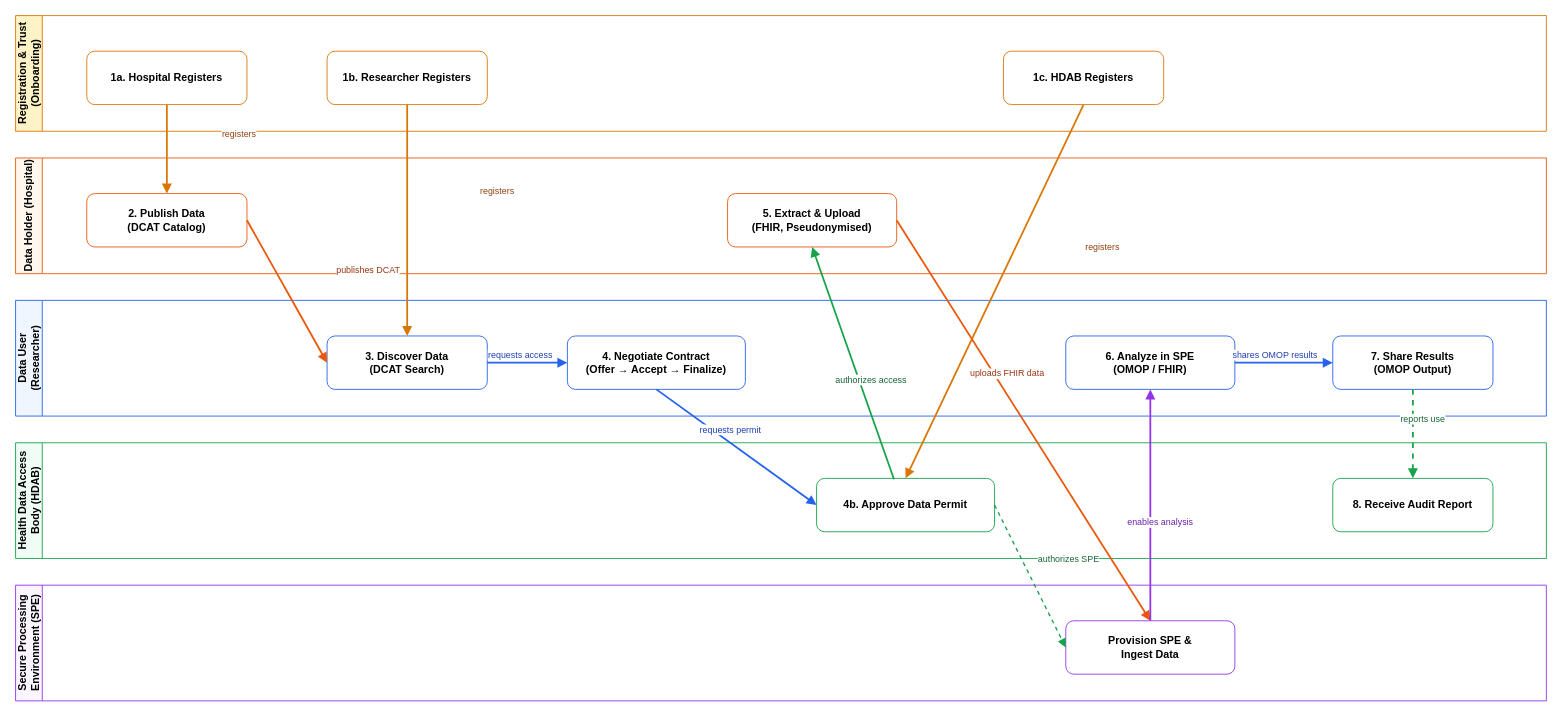
The draw.io diagram docs/userjourney.drawio in ma3u/MinimumViableHealthDataspacev2, before the edit. Source tidied: cells renumbered, new cells numbered last; positions are measured from the earlier drawing's top-left corner, leaving out a move shared by most shapes. Both pictures are drawn from the tidied source at 89%, with x=0, y=0 at pixel (15, 15).
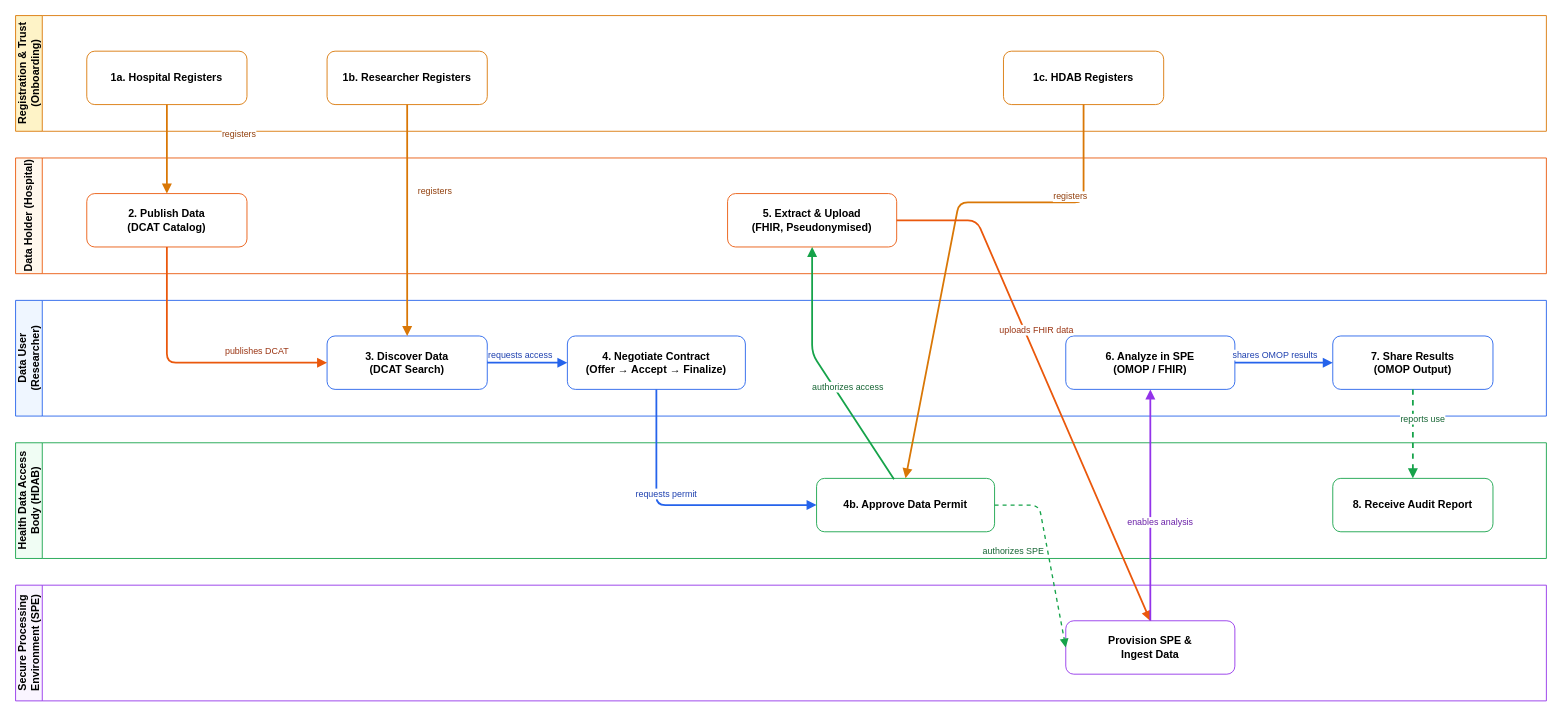
After the change.

The change refers to these unchanged cells:
```xml
<mxCell id="5" value="1c. HDAB Registers" style="rounded=1;whiteSpace=wrap;html=1;fillColor=#ffffff;strokeColor=#d97706;fontStyle=1;" parent="2" vertex="1">
  <mxGeometry x="1110" y="40" width="180" height="60" as="geometry" />
</mxCell>
<mxCell id="7" value="2. Publish Data&#10;(DCAT Catalog)" style="rounded=1;whiteSpace=wrap;html=1;fillColor=#ffffff;strokeColor=#ea580c;fontStyle=1;" parent="6" vertex="1">
  <mxGeometry x="80" y="40" width="180" height="60" as="geometry" />
</mxCell>
<mxCell id="8" value="5. Extract &amp; Upload&#10;(FHIR, Pseudonymised)" style="rounded=1;whiteSpace=wrap;html=1;fillColor=#ffffff;strokeColor=#ea580c;fontStyle=1;" parent="6" vertex="1">
  <mxGeometry x="800" y="40" width="190" height="60" as="geometry" />
</mxCell>
<mxCell id="10" value="3. Discover Data&#10;(DCAT Search)" style="rounded=1;whiteSpace=wrap;html=1;fillColor=#ffffff;strokeColor=#2563eb;fontStyle=1;" parent="9" vertex="1">
  <mxGeometry x="350" y="40" width="180" height="60" as="geometry" />
</mxCell>
<mxCell id="11" value="4. Negotiate Contract&#10;(Offer → Accept → Finalize)" style="rounded=1;whiteSpace=wrap;html=1;fillColor=#ffffff;strokeColor=#2563eb;fontStyle=1;" parent="9" vertex="1">
  <mxGeometry x="620" y="40" width="200" height="60" as="geometry" />
</mxCell>
<mxCell id="15" value="4b. Approve Data Permit" style="rounded=1;whiteSpace=wrap;html=1;fillColor=#ffffff;strokeColor=#16a34a;fontStyle=1;" parent="14" vertex="1">
  <mxGeometry x="900" y="40" width="200" height="60" as="geometry" />
</mxCell>
<mxCell id="18" value="Provision SPE &amp;&#10;Ingest Data" style="rounded=1;whiteSpace=wrap;html=1;fillColor=#ffffff;strokeColor=#9333ea;fontStyle=1;" parent="17" vertex="1">
  <mxGeometry x="1180" y="40" width="190" height="60" as="geometry" />
</mxCell>
<mxCell id="21" style="edgeStyle=none;html=1;strokeColor=#d97706;strokeWidth=2;endArrow=block;exitX=0.5;exitY=1;entryX=0.5;entryY=0;" parent="1" edge="1" source="4" target="10">
  <mxGeometry relative="1" as="geometry" />
</mxCell>
```

What changed in the source:
```diff
@@
     <mxCell id="22" value="registers" style="edgeLabel;html=1;align=center;verticalAlign=middle;fontSize=10;fontColor=#92400e;backgroundColor=#fef3c7;" parent="21" vertex="1">
       <mxGeometry x="-0.2" relative="1" as="geometry">
-        <mxPoint x="100" y="-8" as="offset" />
+        <mxPoint x="30" y="-8" as="offset" />
       </mxGeometry>
     </mxCell>
     <mxCell id="23" style="edgeStyle=none;html=1;strokeColor=#d97706;strokeWidth=2;endArrow=block;exitX=0.5;exitY=1;entryX=0.5;entryY=0;entryDx=0;entryDy=0;" parent="1" edge="1" source="5" target="15">
-      <mxGeometry relative="1" as="geometry" />
+      <mxGeometry relative="1" as="geometry">
+        <Array as="points">
+          <mxPoint x="1200" y="210" />
+          <mxPoint x="1060" y="210" />
+        </Array>
+      </mxGeometry>
     </mxCell>
@@
-    <mxCell id="25" style="edgeStyle=none;html=1;strokeColor=#ea580c;strokeWidth=2;endArrow=block;exitX=1;exitY=0.5;entryX=0;entryY=0.5;" parent="1" edge="1" source="7" target="10">
-      <mxGeometry relative="1" as="geometry" />
+    <mxCell id="25" style="edgeStyle=none;html=1;strokeColor=#ea580c;strokeWidth=2;endArrow=block;exitX=0.5;exitY=1;entryX=0;entryY=0.5;exitDx=0;exitDy=0;" parent="1" edge="1" source="7" target="10">
+      <mxGeometry relative="1" as="geometry">
+        <Array as="points">
+          <mxPoint x="170" y="390" />
+        </Array>
+      </mxGeometry>
     </mxCell>
@@
     <mxCell id="29" style="edgeStyle=none;html=1;strokeColor=#2563eb;strokeWidth=2;endArrow=block;exitX=0.5;exitY=1;entryX=0;entryY=0.5;entryDx=0;entryDy=0;" parent="1" edge="1" source="11" target="15">
-      <mxGeometry relative="1" as="geometry" />
+      <mxGeometry relative="1" as="geometry">
+        <Array as="points">
+          <mxPoint x="720" y="550" />
+        </Array>
+      </mxGeometry>
     </mxCell>
@@
     <mxCell id="31" style="edgeStyle=none;html=1;strokeColor=#16a34a;strokeWidth=2;endArrow=block;exitX=0.435;exitY=0.017;entryX=0.5;entryY=1;exitDx=0;exitDy=0;exitPerimeter=0;" parent="1" edge="1" source="15" target="8">
-      <mxGeometry relative="1" as="geometry" />
+      <mxGeometry relative="1" as="geometry">
+        <Array as="points">
+          <mxPoint x="895" y="380" />
+        </Array>
+      </mxGeometry>
     </mxCell>
@@
     <mxCell id="33" style="edgeStyle=none;html=1;strokeColor=#ea580c;strokeWidth=2;endArrow=block;exitX=1;exitY=0.5;entryX=0.5;entryY=0;" parent="1" edge="1" source="8" target="18">
-      <mxGeometry relative="1" as="geometry" />
+      <mxGeometry relative="1" as="geometry">
+        <Array as="points">
+          <mxPoint x="1080" y="230" />
+        </Array>
+      </mxGeometry>
     </mxCell>
@@
     <mxCell id="41" style="edgeStyle=none;html=1;strokeColor=#16a34a;strokeWidth=1.5;dashed=1;endArrow=block;exitX=1;exitY=0.5;entryX=0;entryY=0.5;" parent="1" edge="1" source="15" target="18">
-      <mxGeometry relative="1" as="geometry" />
+      <mxGeometry relative="1" as="geometry">
+        <Array as="points">
+          <mxPoint x="1150" y="550" />
+        </Array>
+      </mxGeometry>
     </mxCell>
     <mxCell id="42" value="authorizes SPE" style="edgeLabel;html=1;align=center;verticalAlign=middle;fontSize=10;fontColor=#166534;backgroundColor=#f0fdf4;" parent="41" vertex="1">
       <mxGeometry x="-0.2" relative="1" as="geometry">
-        <mxPoint x="50" y="-4" as="offset" />
+        <mxPoint x="-36" y="16" as="offset" />
       </mxGeometry>
     </mxCell>
```
